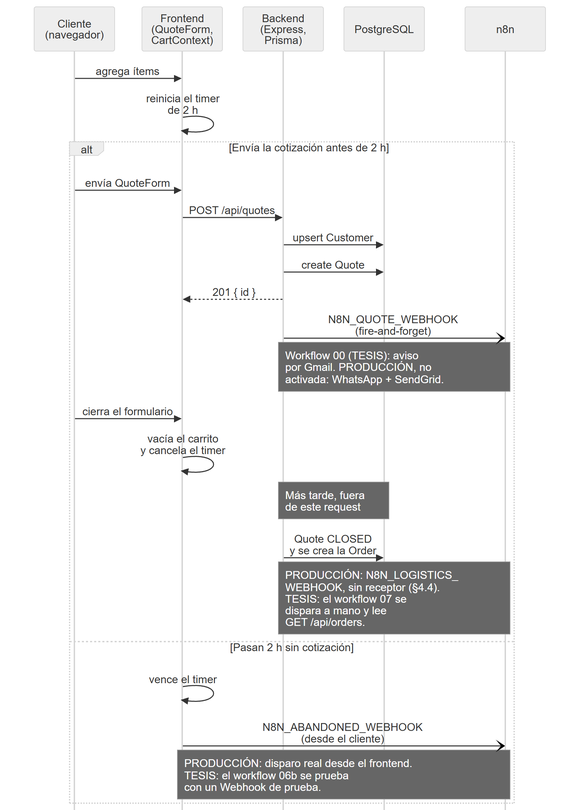
sudogringo/FINAL keeps this Mermaid diagram as docs/assets/diagrams/fig2-secuencia-leads.png. Above is the earlier version. Its source is kept beside it as docs/assets/diagrams/fig2-secuencia-leads.mmd. Source of this version:
```mermaid
%%{init: {"theme":"neutral","sequence":{"mirrorActors":false,"actorFontSize":20,"messageFontSize":20,"noteFontSize":19,"actorMargin":14,"width":118,"boxMargin":6,"messageMargin":22,"wrap":false,"noteAlign":"left"},"themeVariables":{"fontFamily":"Arial"}}}%%
sequenceDiagram
    participant C as Cliente<br/>(navegador)
    participant FE as Frontend<br/>(QuoteForm,<br/>CartContext)
    participant BE as Backend<br/>(Express,<br/>Prisma)
    participant DB as PostgreSQL
    participant N8N as n8n
    C->>FE: agrega ítems
    FE->>FE: reinicia el timer<br/>de 2 h
    alt Envía la cotización antes de 2 h
        C->>FE: envía QuoteForm
        FE->>BE: POST /api/quotes
        BE->>DB: upsert Customer
        BE->>DB: create Quote
        BE-->>FE: 201 { id }
        BE-)N8N: N8N_QUOTE_WEBHOOK<br/>(fire-and-forget)
        Note over BE,N8N: Workflow 00 (TESIS): aviso<br/>por Gmail. PRODUCCIÓN, no<br/>activada: WhatsApp + SendGrid.
        C->>FE: cierra el formulario
        FE->>FE: vacía el carrito<br/>y cancela el timer
        Note over BE,DB: Más tarde, fuera<br/>de este request
        BE->>DB: Quote CLOSED<br/>y se crea la Order
        Note over BE,N8N: PRODUCCIÓN: N8N_LOGISTICS_<br/>WEBHOOK, sin receptor (§4.4).<br/>TESIS: el workflow 07 se<br/>dispara a mano y lee<br/>GET /api/orders.
    else Pasan 2 h sin cotización
        FE->>FE: vence el timer
        FE-)N8N: N8N_ABANDONED_WEBHOOK<br/>(desde el cliente)
        Note over FE,N8N: PRODUCCIÓN: disparo real desde el frontend.<br/>TESIS: el workflow 06b se prueba<br/>con un Webhook de prueba.
    end
```
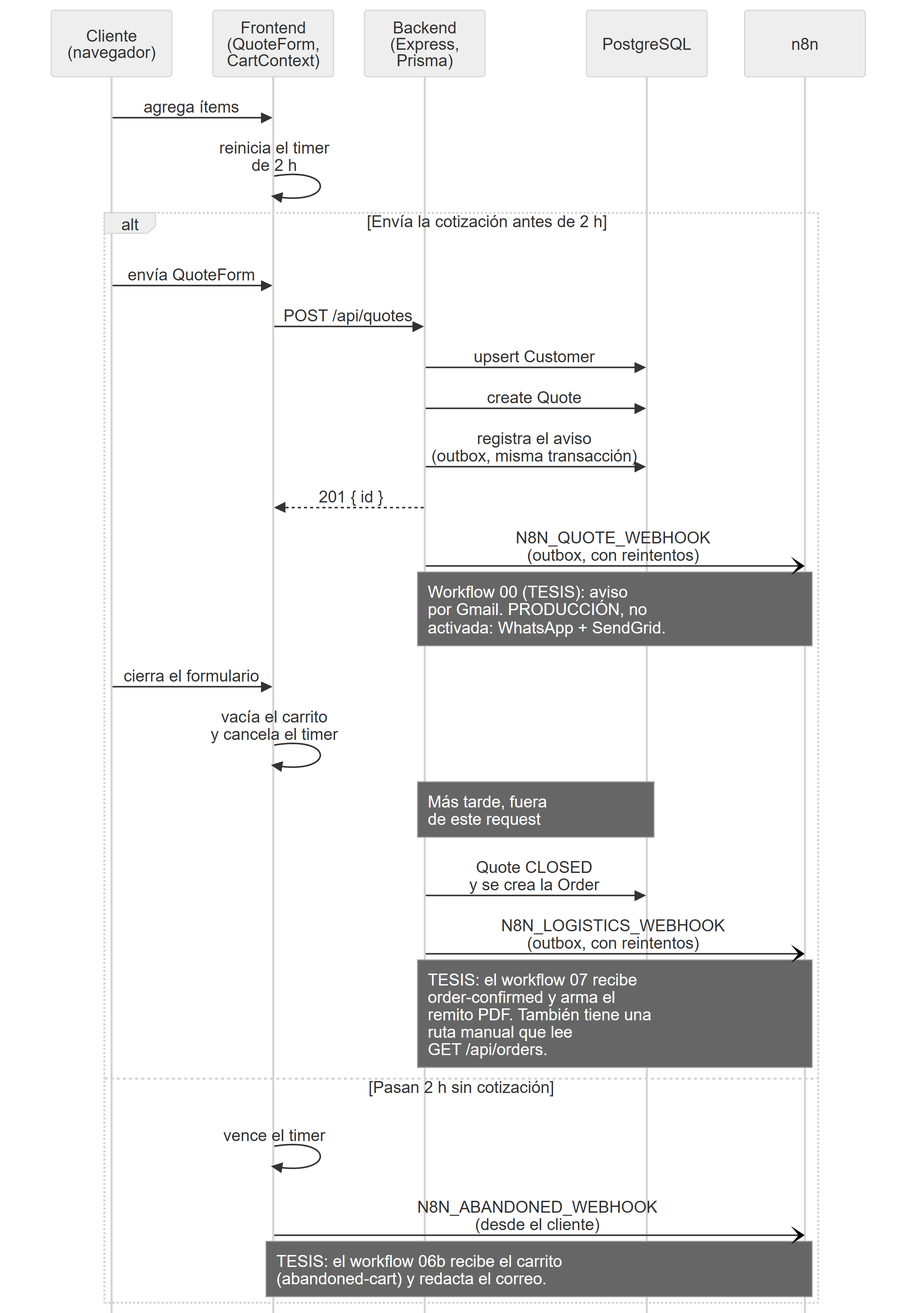
The same file after the commit.

What changed in the source:
```diff
@@ -12,16 +12,18 @@
         FE->>BE: POST /api/quotes
         BE->>DB: upsert Customer
         BE->>DB: create Quote
+        BE->>DB: registra el aviso<br/>(outbox, misma transacción)
         BE-->>FE: 201 { id }
-        BE-)N8N: N8N_QUOTE_WEBHOOK<br/>(fire-and-forget)
+        BE-)N8N: N8N_QUOTE_WEBHOOK<br/>(outbox, con reintentos)
         Note over BE,N8N: Workflow 00 (TESIS): aviso<br/>por Gmail. PRODUCCIÓN, no<br/>activada: WhatsApp + SendGrid.
         C->>FE: cierra el formulario
         FE->>FE: vacía el carrito<br/>y cancela el timer
         Note over BE,DB: Más tarde, fuera<br/>de este request
         BE->>DB: Quote CLOSED<br/>y se crea la Order
-        Note over BE,N8N: PRODUCCIÓN: N8N_LOGISTICS_<br/>WEBHOOK, sin receptor (§4.4).<br/>TESIS: el workflow 07 se<br/>dispara a mano y lee<br/>GET /api/orders.
+        BE-)N8N: N8N_LOGISTICS_WEBHOOK<br/>(outbox, con reintentos)
+        Note over BE,N8N: TESIS: el workflow 07 recibe<br/>order-confirmed y arma el<br/>remito PDF. También tiene una<br/>ruta manual que lee<br/>GET /api/orders.
     else Pasan 2 h sin cotización
         FE->>FE: vence el timer
         FE-)N8N: N8N_ABANDONED_WEBHOOK<br/>(desde el cliente)
-        Note over FE,N8N: PRODUCCIÓN: disparo real desde el frontend.<br/>TESIS: el workflow 06b se prueba<br/>con un Webhook de prueba.
+        Note over FE,N8N: TESIS: el workflow 06b recibe el carrito<br/>(abandoned-cart) y redacta el correo.
     end
```
